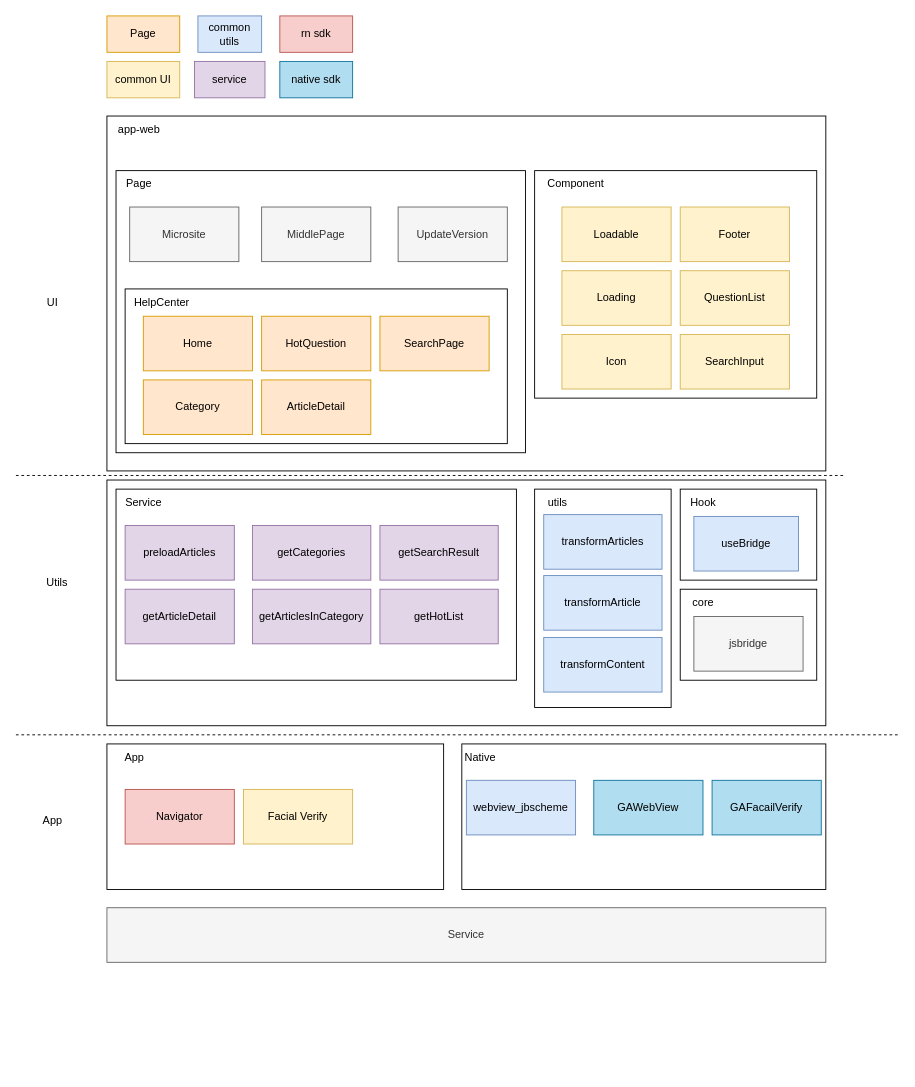
Earlier version of the draw.io diagram page "第 2 页" (2 of 4) of helpcenter.drawio (RexYao97/sfrex). Source tidied: cells renumbered, new cells numbered last; positions are measured from the earlier drawing's top-left corner, leaving out a move shared by most shapes. Both pictures are drawn from the tidied source at 91%, with x=0, y=0 at pixel (15, 15).
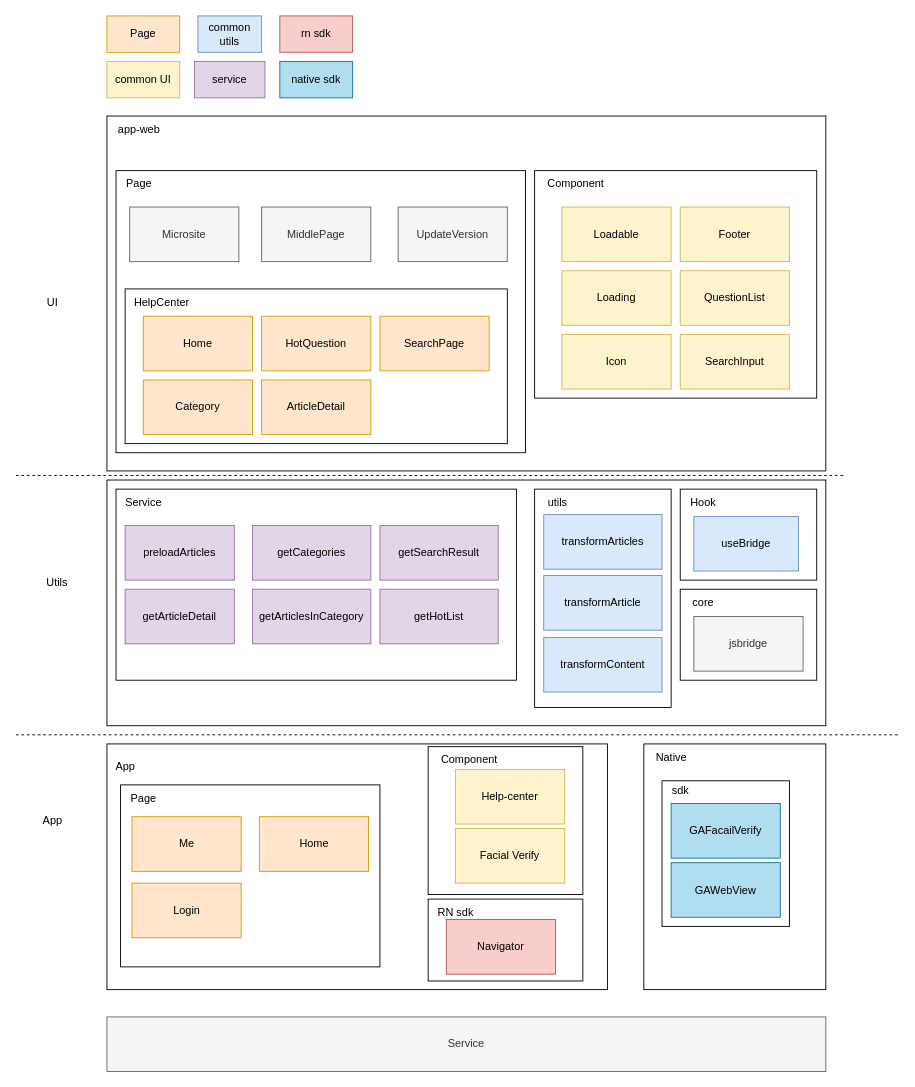
Above is the later version.

What changed in the source:
```diff
@@
     <mxCell id="2" style="rounded=0;whiteSpace=wrap;html=1;" parent="1" vertex="1">
-      <mxGeometry x="490" y="800" width="400" height="160" as="geometry" />
+      <mxGeometry x="690" y="800" width="200" height="270" as="geometry" />
     </mxCell>
+    <mxCell id="65" style="whiteSpace=wrap;html=1;" parent="1" vertex="1">
+      <mxGeometry x="710" y="840.5" width="140" height="160" as="geometry" />
+    </mxCell>
+    <mxCell id="46" style="rounded=0;whiteSpace=wrap;html=1;" parent="1" vertex="1">
+      <mxGeometry x="100" y="800" width="550" height="270" as="geometry" />
+    </mxCell>
+    <mxCell id="66" style="rounded=0;whiteSpace=wrap;html=1;" parent="1" vertex="1">
+      <mxGeometry x="453" y="970.5" width="170" height="90" as="geometry" />
+    </mxCell>
+    <mxCell id="67" style="rounded=0;whiteSpace=wrap;html=1;" parent="1" vertex="1">
+      <mxGeometry x="453" y="803" width="170" height="162.5" as="geometry" />
+    </mxCell>
@@
     <mxCell id="45" value="Service" style="rounded=0;whiteSpace=wrap;html=1;fillColor=#f5f5f5;strokeColor=#666666;fontColor=#333333;" parent="1" vertex="1">
-      <mxGeometry x="100" y="980" width="790" height="60" as="geometry" />
+      <mxGeometry x="100" y="1100" width="790" height="60" as="geometry" />
     </mxCell>
-    <mxCell id="46" style="rounded=0;whiteSpace=wrap;html=1;" parent="1" vertex="1">
-      <mxGeometry x="100" y="800" width="370" height="160" as="geometry" />
-    </mxCell>
     <mxCell id="47" value="App" style="text;html=1;align=center;verticalAlign=middle;strokeColor=none;fillColor=none;" parent="1" vertex="1">
-      <mxGeometry x="110" y="800" width="40" height="30" as="geometry" />
+      <mxGeometry x="100" y="810" width="40" height="30" as="geometry" />
     </mxCell>
     <mxCell id="48" value="GAWebView" style="rounded=0;whiteSpace=wrap;html=1;fillColor=#b1ddf0;strokeColor=#10739e;" parent="1" vertex="1">
-      <mxGeometry x="635" y="840" width="120" height="60" as="geometry" />
+      <mxGeometry x="720" y="930.5" width="120" height="60" as="geometry" />
     </mxCell>
-    <mxCell id="49" value="webview_jbscheme" style="rounded=0;whiteSpace=wrap;html=1;fillColor=#dae8fc;strokeColor=#6c8ebf;" parent="1" vertex="1">
-      <mxGeometry x="495" y="840" width="120" height="60" as="geometry" />
-    </mxCell>
     <mxCell id="50" value="Navigator" style="whiteSpace=wrap;html=1;fillColor=#f8cecc;strokeColor=#b85450;" parent="1" vertex="1">
-      <mxGeometry x="120" y="850" width="120" height="60" as="geometry" />
+      <mxGeometry x="473" y="993" width="120" height="60" as="geometry" />
     </mxCell>
     <mxCell id="51" value="Native" style="text;html=1;align=center;verticalAlign=middle;strokeColor=none;fillColor=none;" parent="1" vertex="1">
-      <mxGeometry x="480" y="800" width="60" height="30" as="geometry" />
+      <mxGeometry x="690" y="800" width="60" height="30" as="geometry" />
     </mxCell>
     <mxCell id="52" value="Facial Verify" style="whiteSpace=wrap;html=1;fillColor=#fff2cc;strokeColor=#d6b656;" parent="1" vertex="1">
-      <mxGeometry x="250" y="850" width="120" height="60" as="geometry" />
+      <mxGeometry x="483" y="893" width="120" height="60" as="geometry" />
     </mxCell>
     <mxCell id="53" value="GAFacailVerify" style="rounded=0;whiteSpace=wrap;html=1;fillColor=#b1ddf0;strokeColor=#10739e;" parent="1" vertex="1">
-      <mxGeometry x="765" y="840" width="120" height="60" as="geometry" />
+      <mxGeometry x="720" y="865.5" width="120" height="60" as="geometry" />
     </mxCell>
@@
+    <mxCell id="68" value="Help-center" style="whiteSpace=wrap;html=1;fillColor=#fff2cc;strokeColor=#d6b656;" parent="1" vertex="1">
+      <mxGeometry x="483" y="828" width="120" height="60" as="geometry" />
+    </mxCell>
+    <mxCell id="69" value="Component" style="text;html=1;align=center;verticalAlign=middle;strokeColor=none;fillColor=none;" parent="1" vertex="1">
+      <mxGeometry x="453" y="803" width="90" height="30" as="geometry" />
+    </mxCell>
+    <mxCell id="70" value="RN sdk" style="text;html=1;align=center;verticalAlign=middle;strokeColor=none;fillColor=none;" parent="1" vertex="1">
+      <mxGeometry x="453" y="970.5" width="60" height="30" as="geometry" />
+    </mxCell>
+    <mxCell id="71" value="sdk" style="text;html=1;align=center;verticalAlign=middle;strokeColor=none;fillColor=none;" parent="1" vertex="1">
+      <mxGeometry x="710" y="835.5" width="40" height="30" as="geometry" />
+    </mxCell>
+    <mxCell id="72" style="rounded=0;whiteSpace=wrap;html=1;" parent="1" vertex="1">
+      <mxGeometry x="115" y="845" width="285" height="200" as="geometry" />
+    </mxCell>
+    <mxCell id="73" value="Page" style="text;html=1;align=center;verticalAlign=middle;strokeColor=none;fillColor=none;" parent="1" vertex="1">
+      <mxGeometry x="115" y="845" width="50" height="30" as="geometry" />
+    </mxCell>
+    <mxCell id="74" value="Me" style="rounded=0;whiteSpace=wrap;html=1;fillColor=#ffe6cc;strokeColor=#d79b00;" parent="1" vertex="1">
+      <mxGeometry x="127.5" y="880" width="120" height="60" as="geometry" />
+    </mxCell>
+    <mxCell id="75" value="Home" style="rounded=0;whiteSpace=wrap;html=1;fillColor=#ffe6cc;strokeColor=#d79b00;" parent="1" vertex="1">
+      <mxGeometry x="267.5" y="880" width="120" height="60" as="geometry" />
+    </mxCell>
+    <mxCell id="76" value="Login" style="rounded=0;whiteSpace=wrap;html=1;fillColor=#ffe6cc;strokeColor=#d79b00;" parent="1" vertex="1">
+      <mxGeometry x="127.5" y="953" width="120" height="60" as="geometry" />
+    </mxCell>
```
